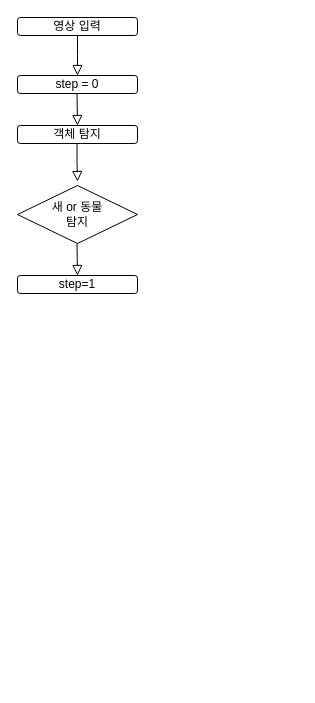
Earlier version of the draw.io diagram 제목 없는 다이어그램.drawio (irishNoah/FarmSecurity_irish). Source tidied: cells renumbered, new cells numbered last; positions are measured from the earlier drawing's top-left corner, leaving out a move shared by most shapes. Both pictures are drawn from the tidied source at 100%, with x=0, y=0 at pixel (17, 17).
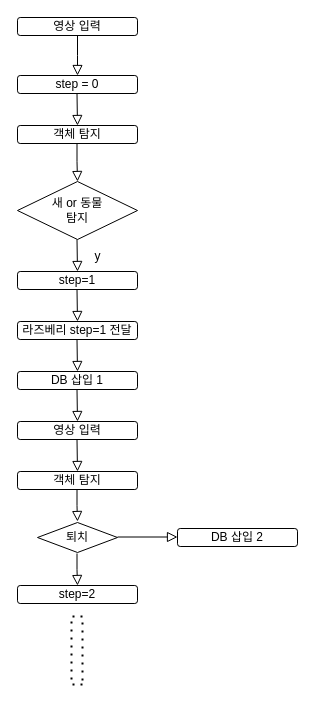
The same diagram, later.

Commit message (it also covers changes not shown here):
제목 없는 다이어그램.drawio 업데이트

What changed in the source:
```diff
@@
     <mxCell id="7" value="새 or 동물 &lt;br&gt;탐지" style="rhombus;whiteSpace=wrap;html=1;" parent="1" vertex="1">
-      <mxGeometry y="168" width="120" height="58" as="geometry" />
+      <mxGeometry y="164" width="120" height="58" as="geometry" />
     </mxCell>
@@
     <mxCell id="9" value="step=1" style="rounded=1;whiteSpace=wrap;html=1;" parent="1" vertex="1">
-      <mxGeometry y="258" width="120" height="18" as="geometry" />
+      <mxGeometry y="254" width="120" height="18" as="geometry" />
     </mxCell>
     <mxCell id="10" style="rounded=0;html=1;jettySize=auto;orthogonalLoop=1;fontSize=11;endArrow=block;endFill=0;endSize=8;strokeWidth=1;shadow=0;labelBackgroundColor=none;edgeStyle=orthogonalEdgeStyle;" parent="1" edge="1">
       <mxGeometry relative="1" as="geometry">
-        <mxPoint x="59.5" y="226" as="sourcePoint" />
-        <mxPoint x="60" y="258" as="targetPoint" />
+        <mxPoint x="59.5" y="222" as="sourcePoint" />
+        <mxPoint x="60" y="254" as="targetPoint" />
       </mxGeometry>
     </mxCell>
+    <mxCell id="11" value="y" style="text;html=1;align=center;verticalAlign=middle;fillColor=none;strokeColor=none;rounded=0;" parent="1" vertex="1">
+      <mxGeometry x="65" y="224" width="30" height="30" as="geometry" />
+    </mxCell>
+    <mxCell id="12" value="라즈베리 step=1 전달" style="rounded=1;whiteSpace=wrap;html=1;" parent="1" vertex="1">
+      <mxGeometry y="304" width="120" height="18" as="geometry" />
+    </mxCell>
+    <mxCell id="13" style="rounded=0;html=1;jettySize=auto;orthogonalLoop=1;fontSize=11;endArrow=block;endFill=0;endSize=8;strokeWidth=1;shadow=0;labelBackgroundColor=none;edgeStyle=orthogonalEdgeStyle;" parent="1" edge="1">
+      <mxGeometry relative="1" as="geometry">
+        <mxPoint x="59.5" y="272" as="sourcePoint" />
+        <mxPoint x="60" y="304" as="targetPoint" />
+      </mxGeometry>
+    </mxCell>
+    <mxCell id="14" value="DB 삽입 1" style="rounded=1;whiteSpace=wrap;html=1;" parent="1" vertex="1">
+      <mxGeometry y="354" width="120" height="18" as="geometry" />
+    </mxCell>
+    <mxCell id="15" style="rounded=0;html=1;jettySize=auto;orthogonalLoop=1;fontSize=11;endArrow=block;endFill=0;endSize=8;strokeWidth=1;shadow=0;labelBackgroundColor=none;edgeStyle=orthogonalEdgeStyle;" parent="1" edge="1">
+      <mxGeometry relative="1" as="geometry">
+        <mxPoint x="59.5" y="322" as="sourcePoint" />
+        <mxPoint x="60" y="354" as="targetPoint" />
+      </mxGeometry>
+    </mxCell>
+    <mxCell id="16" value="영상 입력" style="rounded=1;whiteSpace=wrap;html=1;" parent="1" vertex="1">
+      <mxGeometry y="404" width="120" height="18" as="geometry" />
+    </mxCell>
+    <mxCell id="17" style="rounded=0;html=1;jettySize=auto;orthogonalLoop=1;fontSize=11;endArrow=block;endFill=0;endSize=8;strokeWidth=1;shadow=0;labelBackgroundColor=none;edgeStyle=orthogonalEdgeStyle;" parent="1" edge="1">
+      <mxGeometry relative="1" as="geometry">
+        <mxPoint x="59.5" y="372" as="sourcePoint" />
+        <mxPoint x="60" y="404" as="targetPoint" />
+      </mxGeometry>
+    </mxCell>
+    <mxCell id="18" value="객체 탐지" style="rounded=1;whiteSpace=wrap;html=1;" parent="1" vertex="1">
+      <mxGeometry y="454" width="120" height="18" as="geometry" />
+    </mxCell>
+    <mxCell id="19" style="rounded=0;html=1;jettySize=auto;orthogonalLoop=1;fontSize=11;endArrow=block;endFill=0;endSize=8;strokeWidth=1;shadow=0;labelBackgroundColor=none;edgeStyle=orthogonalEdgeStyle;" parent="1" edge="1">
+      <mxGeometry relative="1" as="geometry">
+        <mxPoint x="59.5" y="422" as="sourcePoint" />
+        <mxPoint x="60" y="454" as="targetPoint" />
+      </mxGeometry>
+    </mxCell>
+    <mxCell id="20" value="퇴치" style="rhombus;whiteSpace=wrap;html=1;" parent="1" vertex="1">
+      <mxGeometry x="20" y="505" width="80" height="30" as="geometry" />
+    </mxCell>
+    <mxCell id="21" style="rounded=0;html=1;jettySize=auto;orthogonalLoop=1;fontSize=11;endArrow=block;endFill=0;endSize=8;strokeWidth=1;shadow=0;labelBackgroundColor=none;edgeStyle=orthogonalEdgeStyle;" parent="1" edge="1">
+      <mxGeometry relative="1" as="geometry">
+        <mxPoint x="59.5" y="472" as="sourcePoint" />
+        <mxPoint x="60" y="504" as="targetPoint" />
+        <Array as="points">
+          <mxPoint x="60" y="488" />
+          <mxPoint x="60" y="488" />
+        </Array>
+      </mxGeometry>
+    </mxCell>
+    <mxCell id="22" style="rounded=0;html=1;jettySize=auto;orthogonalLoop=1;fontSize=11;endArrow=block;endFill=0;endSize=8;strokeWidth=1;shadow=0;labelBackgroundColor=none;edgeStyle=orthogonalEdgeStyle;" parent="1" edge="1">
+      <mxGeometry relative="1" as="geometry">
+        <mxPoint x="59.5" y="536" as="sourcePoint" />
+        <mxPoint x="60" y="568" as="targetPoint" />
+        <Array as="points">
+          <mxPoint x="60" y="552" />
+          <mxPoint x="60" y="552" />
+        </Array>
+      </mxGeometry>
+    </mxCell>
+    <mxCell id="23" value="step=2" style="rounded=1;whiteSpace=wrap;html=1;" parent="1" vertex="1">
+      <mxGeometry y="568" width="120" height="18" as="geometry" />
+    </mxCell>
+    <mxCell id="24" style="endArrow=none;dashed=1;html=1;dashPattern=1 3;strokeWidth=2;rounded=0;shape=flexArrow;" parent="1" edge="1">
+      <mxGeometry relative="1" as="geometry">
+        <mxPoint x="59.5" y="668" as="sourcePoint" />
+        <mxPoint x="59.5" y="598" as="targetPoint" />
+      </mxGeometry>
+    </mxCell>
+    <mxCell id="25" value="DB 삽입 2" style="rounded=1;whiteSpace=wrap;html=1;" parent="1" vertex="1">
+      <mxGeometry x="160" y="511" width="120" height="18" as="geometry" />
+    </mxCell>
+    <mxCell id="26" style="rounded=0;html=1;jettySize=auto;orthogonalLoop=1;fontSize=11;endArrow=block;endFill=0;endSize=8;strokeWidth=1;shadow=0;labelBackgroundColor=none;edgeStyle=orthogonalEdgeStyle;" parent="1" edge="1">
+      <mxGeometry relative="1" as="geometry">
+        <mxPoint x="100" y="519.5" as="sourcePoint" />
+        <mxPoint x="160" y="519.5" as="targetPoint" />
+        <Array as="points">
+          <mxPoint x="100" y="519.5" />
+          <mxPoint x="100" y="519.5" />
+        </Array>
+      </mxGeometry>
+    </mxCell>
```
